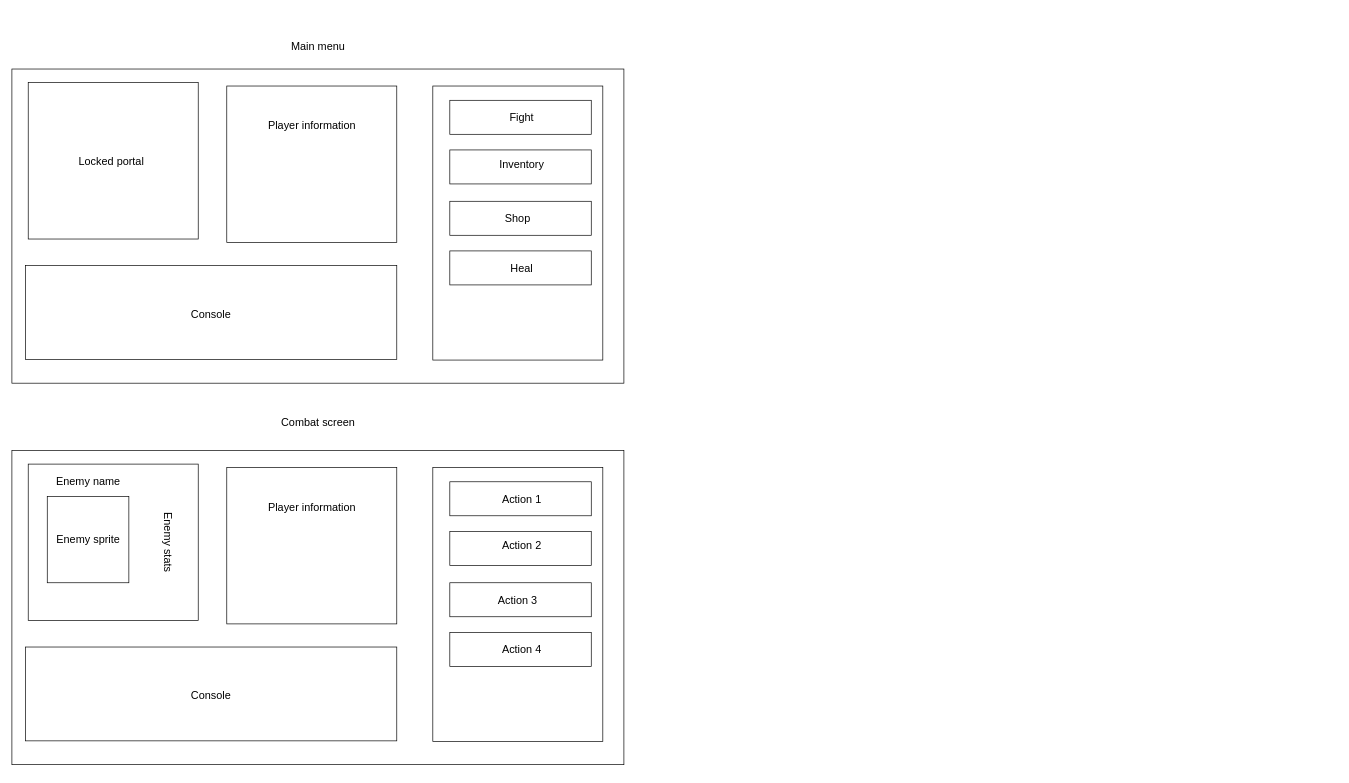
This is Untitled Diagram.drawio from braticpetar/portal-kombat, a draw.io file, before an edit. Source tidied: cells renumbered, new cells numbered last; positions are measured from the earlier drawing's top-left corner, leaving out a move shared by most shapes. Both pictures are drawn from the tidied source at 68%, with x=0, y=0 at pixel (12, 24).
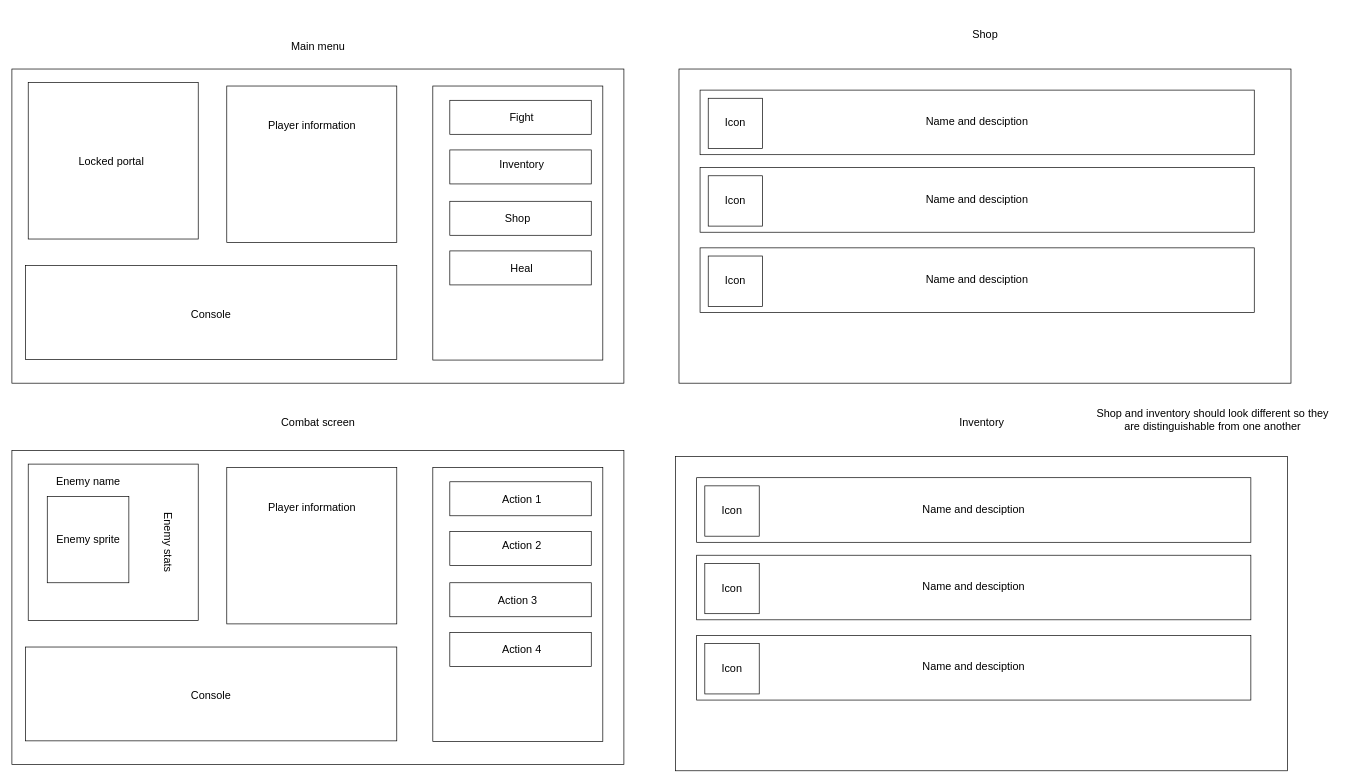
After the change.

Change to the diagram source:
```diff
@@
+    <mxCell id="39" style="rounded=0;whiteSpace=wrap;html=1;" parent="1" vertex="1">
+      <mxGeometry x="981" y="66" width="900" height="462" as="geometry" />
+    </mxCell>
+    <mxCell id="40" value="Shop" style="text;strokeColor=none;fillColor=none;html=1;align=center;verticalAlign=middle;whiteSpace=wrap;rounded=0;fontSize=16;" parent="1" vertex="1">
+      <mxGeometry x="1349.8" y="-18" width="162.5" height="66" as="geometry" />
+    </mxCell>
+    <mxCell id="41" style="rounded=0;whiteSpace=wrap;html=1;" parent="1" vertex="1">
+      <mxGeometry x="1012" y="97" width="815" height="95" as="geometry" />
+    </mxCell>
+    <mxCell id="42" style="rounded=0;whiteSpace=wrap;html=1;" parent="1" vertex="1">
+      <mxGeometry x="1024" y="109" width="80" height="74" as="geometry" />
+    </mxCell>
+    <mxCell id="43" value="Icon" style="text;strokeColor=none;fillColor=none;html=1;align=center;verticalAlign=middle;whiteSpace=wrap;rounded=0;fontSize=16;" parent="1" vertex="1">
+      <mxGeometry x="1034" y="129.5" width="60" height="30" as="geometry" />
+    </mxCell>
+    <mxCell id="44" value="Name and desciption" style="text;strokeColor=none;fillColor=none;html=1;align=center;verticalAlign=middle;whiteSpace=wrap;rounded=0;fontSize=16;" parent="1" vertex="1">
+      <mxGeometry x="1254" y="124" width="331" height="38" as="geometry" />
+    </mxCell>
+    <mxCell id="45" style="rounded=0;whiteSpace=wrap;html=1;" parent="1" vertex="1">
+      <mxGeometry x="1012" y="211" width="815" height="95" as="geometry" />
+    </mxCell>
+    <mxCell id="46" style="rounded=0;whiteSpace=wrap;html=1;" parent="1" vertex="1">
+      <mxGeometry x="1024" y="223" width="80" height="74" as="geometry" />
+    </mxCell>
+    <mxCell id="47" value="Icon" style="text;strokeColor=none;fillColor=none;html=1;align=center;verticalAlign=middle;whiteSpace=wrap;rounded=0;fontSize=16;" parent="1" vertex="1">
+      <mxGeometry x="1034" y="243.5" width="60" height="30" as="geometry" />
+    </mxCell>
+    <mxCell id="48" value="Name and desciption" style="text;strokeColor=none;fillColor=none;html=1;align=center;verticalAlign=middle;whiteSpace=wrap;rounded=0;fontSize=16;" parent="1" vertex="1">
+      <mxGeometry x="1254" y="238" width="331" height="38" as="geometry" />
+    </mxCell>
+    <mxCell id="49" style="rounded=0;whiteSpace=wrap;html=1;" parent="1" vertex="1">
+      <mxGeometry x="1012" y="329" width="815" height="95" as="geometry" />
+    </mxCell>
+    <mxCell id="50" style="rounded=0;whiteSpace=wrap;html=1;" parent="1" vertex="1">
+      <mxGeometry x="1024" y="341" width="80" height="74" as="geometry" />
+    </mxCell>
+    <mxCell id="51" value="Icon" style="text;strokeColor=none;fillColor=none;html=1;align=center;verticalAlign=middle;whiteSpace=wrap;rounded=0;fontSize=16;" parent="1" vertex="1">
+      <mxGeometry x="1034" y="361.5" width="60" height="30" as="geometry" />
+    </mxCell>
+    <mxCell id="52" value="Name and desciption" style="text;strokeColor=none;fillColor=none;html=1;align=center;verticalAlign=middle;whiteSpace=wrap;rounded=0;fontSize=16;" parent="1" vertex="1">
+      <mxGeometry x="1254" y="356" width="331" height="38" as="geometry" />
+    </mxCell>
+    <mxCell id="53" style="rounded=0;whiteSpace=wrap;html=1;" parent="1" vertex="1">
+      <mxGeometry x="976" y="636" width="900" height="462" as="geometry" />
+    </mxCell>
+    <mxCell id="54" value="Inventory" style="text;strokeColor=none;fillColor=none;html=1;align=center;verticalAlign=middle;whiteSpace=wrap;rounded=0;fontSize=16;" parent="1" vertex="1">
+      <mxGeometry x="1344.8" y="552" width="162.5" height="66" as="geometry" />
+    </mxCell>
+    <mxCell id="55" style="rounded=0;whiteSpace=wrap;html=1;" parent="1" vertex="1">
+      <mxGeometry x="1007" y="667" width="815" height="95" as="geometry" />
+    </mxCell>
+    <mxCell id="56" style="rounded=0;whiteSpace=wrap;html=1;" parent="1" vertex="1">
+      <mxGeometry x="1019" y="679" width="80" height="74" as="geometry" />
+    </mxCell>
+    <mxCell id="57" value="Icon" style="text;strokeColor=none;fillColor=none;html=1;align=center;verticalAlign=middle;whiteSpace=wrap;rounded=0;fontSize=16;" parent="1" vertex="1">
+      <mxGeometry x="1029" y="699.5" width="60" height="30" as="geometry" />
+    </mxCell>
+    <mxCell id="58" value="Name and desciption" style="text;strokeColor=none;fillColor=none;html=1;align=center;verticalAlign=middle;whiteSpace=wrap;rounded=0;fontSize=16;" parent="1" vertex="1">
+      <mxGeometry x="1249" y="694" width="331" height="38" as="geometry" />
+    </mxCell>
+    <mxCell id="59" style="rounded=0;whiteSpace=wrap;html=1;" parent="1" vertex="1">
+      <mxGeometry x="1007" y="781" width="815" height="95" as="geometry" />
+    </mxCell>
+    <mxCell id="60" style="rounded=0;whiteSpace=wrap;html=1;" parent="1" vertex="1">
+      <mxGeometry x="1019" y="793" width="80" height="74" as="geometry" />
+    </mxCell>
+    <mxCell id="61" value="Icon" style="text;strokeColor=none;fillColor=none;html=1;align=center;verticalAlign=middle;whiteSpace=wrap;rounded=0;fontSize=16;" parent="1" vertex="1">
+      <mxGeometry x="1029" y="813.5" width="60" height="30" as="geometry" />
+    </mxCell>
+    <mxCell id="62" value="Name and desciption" style="text;strokeColor=none;fillColor=none;html=1;align=center;verticalAlign=middle;whiteSpace=wrap;rounded=0;fontSize=16;" parent="1" vertex="1">
+      <mxGeometry x="1249" y="808" width="331" height="38" as="geometry" />
+    </mxCell>
+    <mxCell id="63" style="rounded=0;whiteSpace=wrap;html=1;" parent="1" vertex="1">
+      <mxGeometry x="1007" y="899" width="815" height="95" as="geometry" />
+    </mxCell>
+    <mxCell id="64" style="rounded=0;whiteSpace=wrap;html=1;" parent="1" vertex="1">
+      <mxGeometry x="1019" y="911" width="80" height="74" as="geometry" />
+    </mxCell>
+    <mxCell id="65" value="Icon" style="text;strokeColor=none;fillColor=none;html=1;align=center;verticalAlign=middle;whiteSpace=wrap;rounded=0;fontSize=16;" parent="1" vertex="1">
+      <mxGeometry x="1029" y="931.5" width="60" height="30" as="geometry" />
+    </mxCell>
+    <mxCell id="66" value="Name and desciption" style="text;strokeColor=none;fillColor=none;html=1;align=center;verticalAlign=middle;whiteSpace=wrap;rounded=0;fontSize=16;" parent="1" vertex="1">
+      <mxGeometry x="1249" y="926" width="331" height="38" as="geometry" />
+    </mxCell>
+    <mxCell id="67" value="Shop and inventory should look different so they are distinguishable from one another" style="text;strokeColor=none;fillColor=none;html=1;align=center;verticalAlign=middle;whiteSpace=wrap;rounded=0;fontSize=16;" parent="1" vertex="1">
+      <mxGeometry x="1583" y="545" width="366" height="73" as="geometry" />
+    </mxCell>
```
